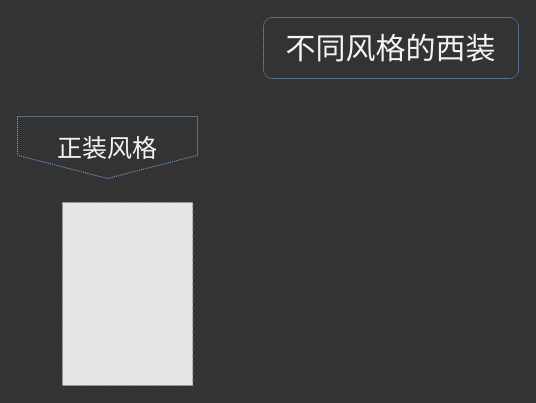
Above: suits_styles.drawio in rannngit/-my_inspiration_collection (draw.io), before the change. Source tidied: cells renumbered, new cells numbered last; positions are measured from the earlier drawing's top-left corner, leaving out a move shared by most shapes. Both pictures are drawn from the tidied source at 100%, with x=0, y=0 at pixel (17, 17). Pictures stored in the file or linked from it are replaced by grey dashed boxes.
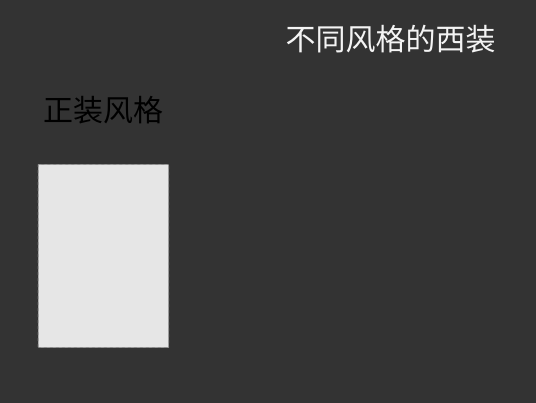
After the change.

Diff of the diagram source:
```diff
@@
-<mxGraphModel background="#333333">
+<mxGraphModel background="light-dark(#333333,#1A1A1A)">
   <root>
     <mxCell id="0" />
     <mxCell id="1" parent="0" />
-    <mxCell id="2" value="不同风格的西装" style="rounded=1;whiteSpace=wrap;html=1;fillColor=none;strokeColor=light-dark(#7EA6E0,#7EA6E0);dashed=1;dashPattern=1 1;fontSize=30;fontColor=light-dark(#F4F4F4,#1B1B1B);" parent="1" vertex="1">
-      <mxGeometry x="246" width="255" height="61" as="geometry" />
+    <mxCell id="2" value="不同风格的西装" style="rounded=1;whiteSpace=wrap;html=1;fillColor=none;strokeColor=none;dashed=1;dashPattern=1 1;fontSize=30;fontColor=light-dark(#F4F4F4,#FFFFFF);" parent="1" vertex="1">
+      <mxGeometry x="246" width="255" height="44" as="geometry" />
     </mxCell>
     <mxCell id="3" style="fillColor=#E6E6E6;strokeColor=#999999;dashed=1;verticalLabelPosition=bottom;verticalAlign=top;" parent="1" vertex="1">
-      <mxGeometry x="45" y="185" width="130.3" height="183" as="geometry" />
+      <mxGeometry x="20.8" y="147" width="130.3" height="183" as="geometry" />
     </mxCell>
-    <mxCell id="4" value="正装风格" style="shape=offPageConnector;whiteSpace=wrap;html=1;rounded=0;dashed=1;dashPattern=1 1;strokeColor=light-dark(#7EA6E0,#7EA6E0);align=center;verticalAlign=middle;fontFamily=Helvetica;fontSize=25;fontColor=light-dark(#F4F4F4,#1B1B1B);fillColor=none;" parent="1" vertex="1">
-      <mxGeometry y="99" width="180" height="62" as="geometry" />
+    <mxCell id="4" value="正装风格" style="text;html=1;whiteSpace=wrap;strokeColor=none;fillColor=none;align=center;verticalAlign=middle;rounded=0;fontSize=30;" parent="1" vertex="1">
+      <mxGeometry x="24" y="75" width="124" height="35" as="geometry" />
     </mxCell>
   </root>
 </mxGraphModel>
```
